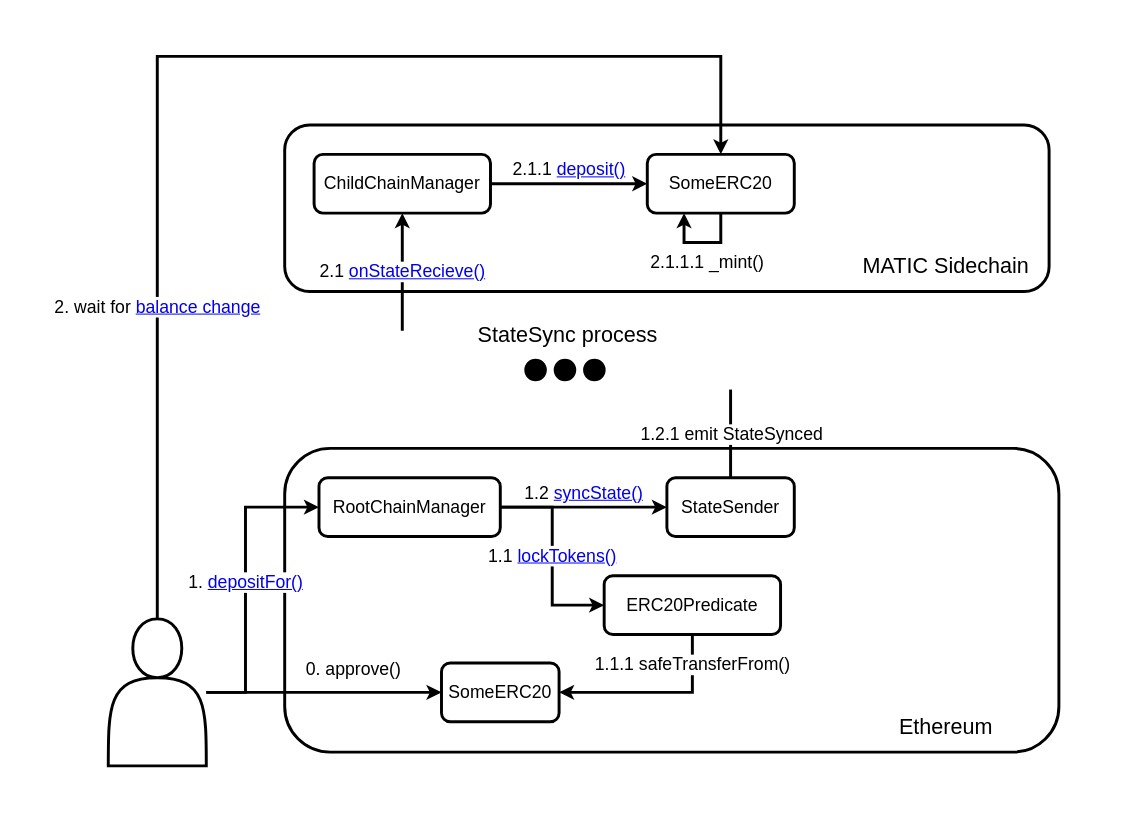
The draw.io diagram img/Deposit.drawio in dmitrygulevich2000/polygon-examples, before the edit. Source tidied: cells renumbered, new cells numbered last; positions are measured from the earlier drawing's top-left corner, leaving out a move shared by most shapes. Both pictures are drawn from the tidied source at 98%, with x=0, y=0 at pixel (108, 56).
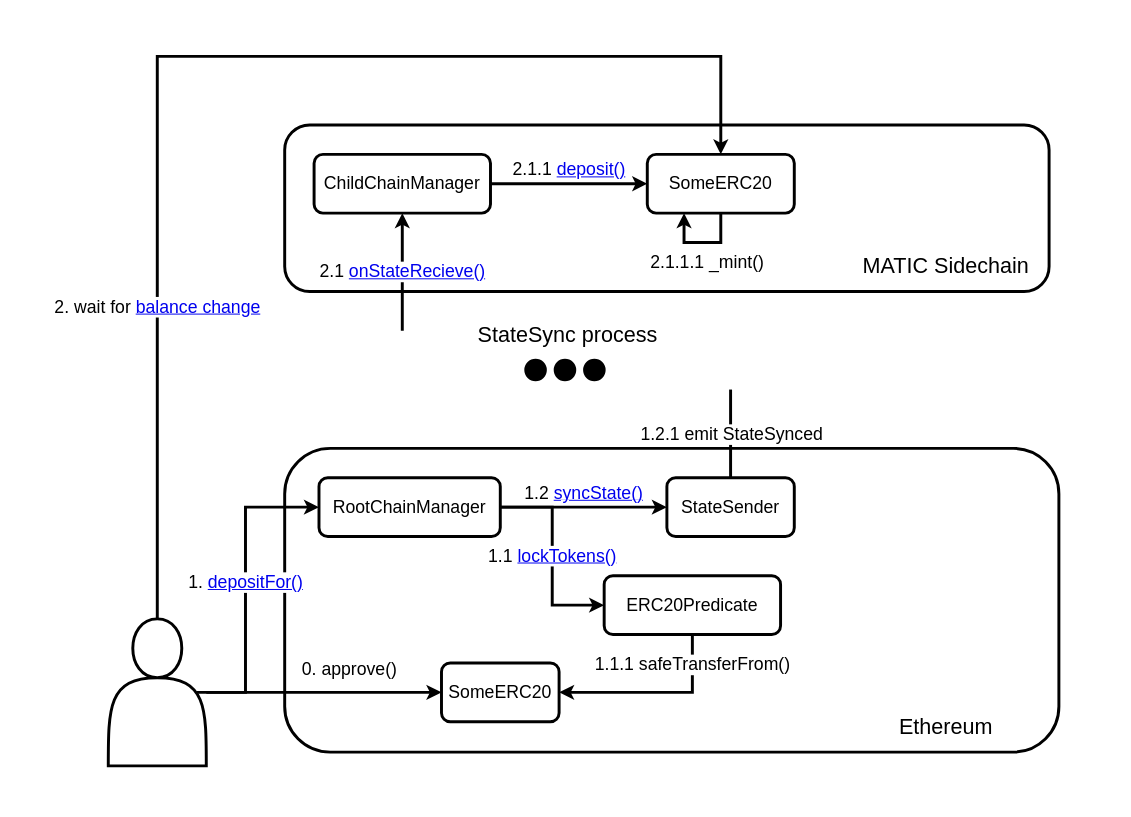
The same page after the edit.

The change refers to these unchanged cells:
```xml
<mxCell id="5" style="shape=actor;whiteSpace=wrap;html=1;fontSize=18;strokeWidth=3;shadow=0;" parent="1" vertex="1">
  <mxGeometry y="574" width="100" height="150" as="geometry" />
</mxCell>
<mxCell id="10" value="&lt;font style=&quot;font-size: 18px;&quot;&gt;SomeERC20&lt;/font&gt;" style="rounded=1;whiteSpace=wrap;html=1;fontSize=18;strokeWidth=3;shadow=0;" parent="1" vertex="1">
  <mxGeometry x="340" y="619" width="120" height="60" as="geometry" />
</mxCell>
```

The edit, as a diff of the source:
```diff
@@
-    <mxCell id="4" value="&lt;font style=&quot;font-size: 18px;&quot;&gt;0. approve()&lt;/font&gt;" style="edgeStyle=orthogonalEdgeStyle;rounded=0;jettySize=auto;html=1;entryX=0;entryY=0.5;entryDx=0;entryDy=0;verticalAlign=bottom;fontSize=18;strokeWidth=3;shadow=0;" parent="1" edge="1" source="5" target="10">
+    <mxCell id="4" value="&lt;font style=&quot;font-size: 18px;&quot;&gt;0. approve()&lt;/font&gt;" style="edgeStyle=orthogonalEdgeStyle;rounded=0;jettySize=auto;html=1;entryX=0;entryY=0.5;entryDx=0;entryDy=0;verticalAlign=bottom;fontSize=18;strokeWidth=3;shadow=0;exitX=0.9;exitY=0.5;exitDx=0;exitDy=0;exitPerimeter=0;" parent="1" edge="1" source="5" target="10">
       <mxGeometry x="0.25" y="9" relative="1" as="geometry" />
     </mxCell>
@@
+    <mxCell id="27" style="rounded=0;whiteSpace=wrap;html=1;fillColor=none;strokeColor=none;strokeWidth=0;" parent="1" vertex="1">
+      <mxGeometry x="-93" y="-40" width="1120" height="800" as="geometry" />
+    </mxCell>
```
